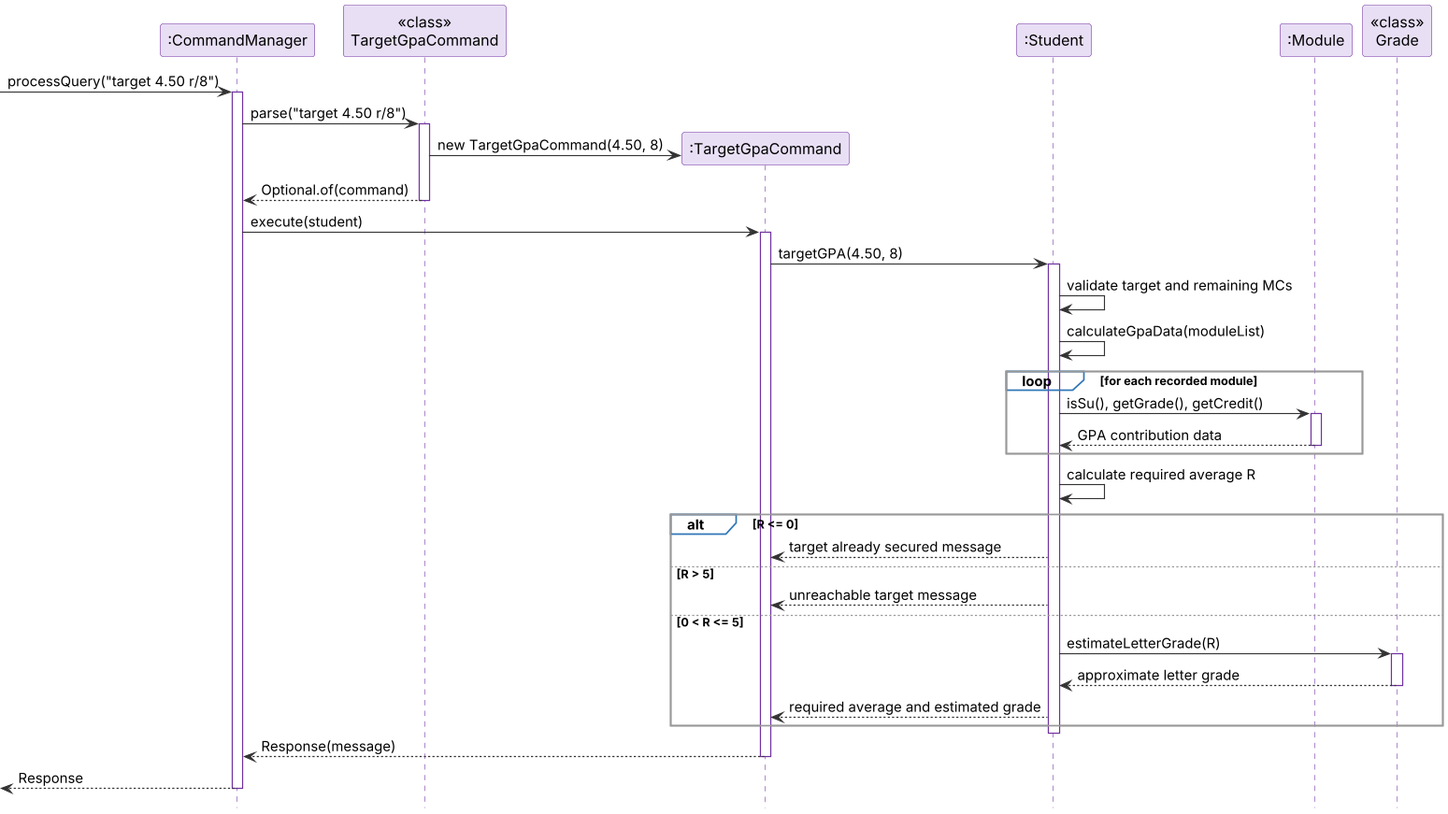
This is docs/images/TargetGpaSequence.png from AY2627S1-CS2113-T11-2/tp, a PlantUML export, as it was before one commit.
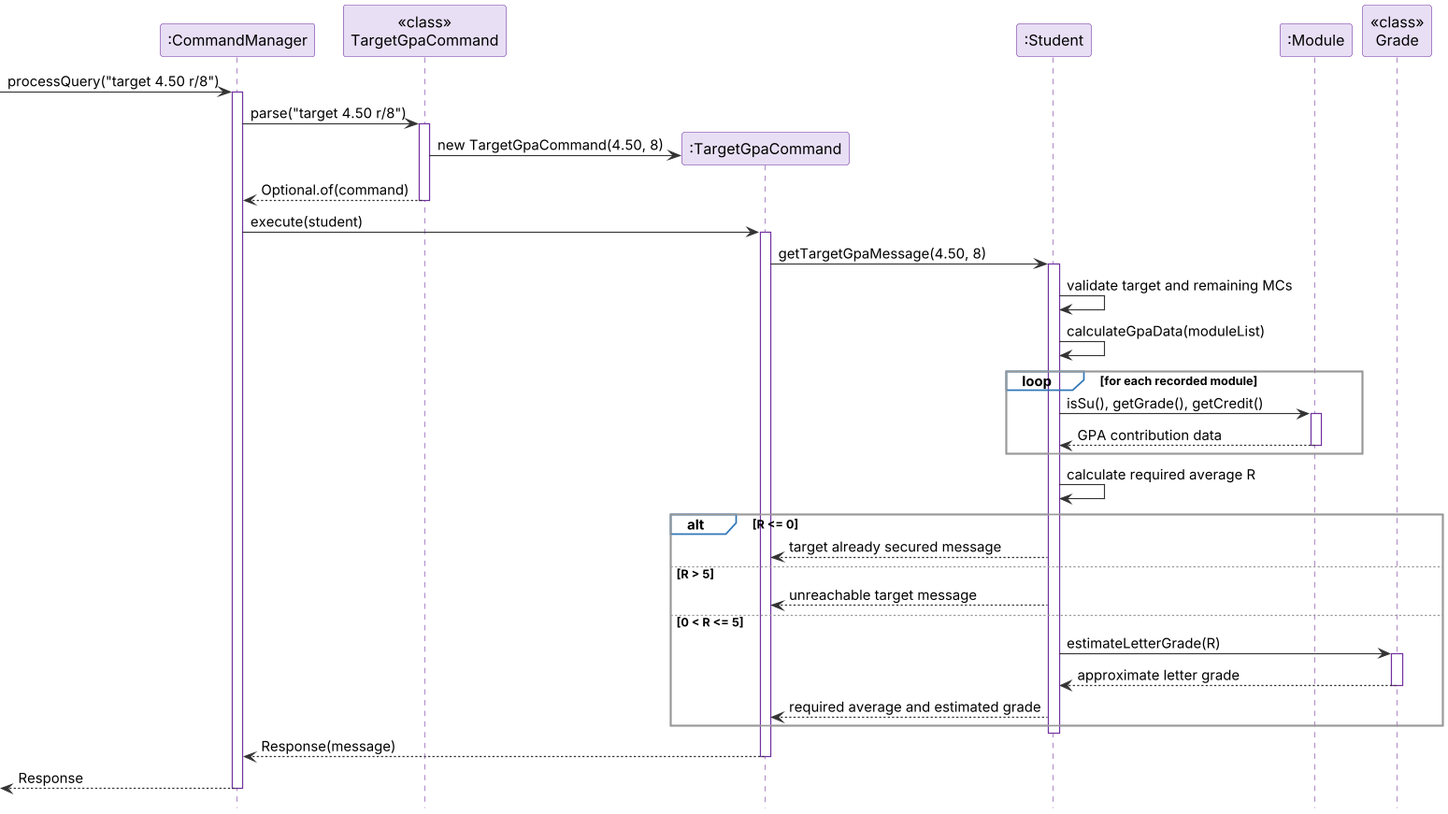
Above is the later version.

Change to the diagram source:
```diff
@@ -16,7 +16,7 @@
 deactivate TC
 CM -> T : execute(student)
 activate T
-T -> S : targetGPA(4.50, 8)
+T -> S : getTargetGpaMessage(4.50, 8)
 activate S
 S -> S : validate target and remaining MCs
 S -> S : calculateGpaData(moduleList)
```
